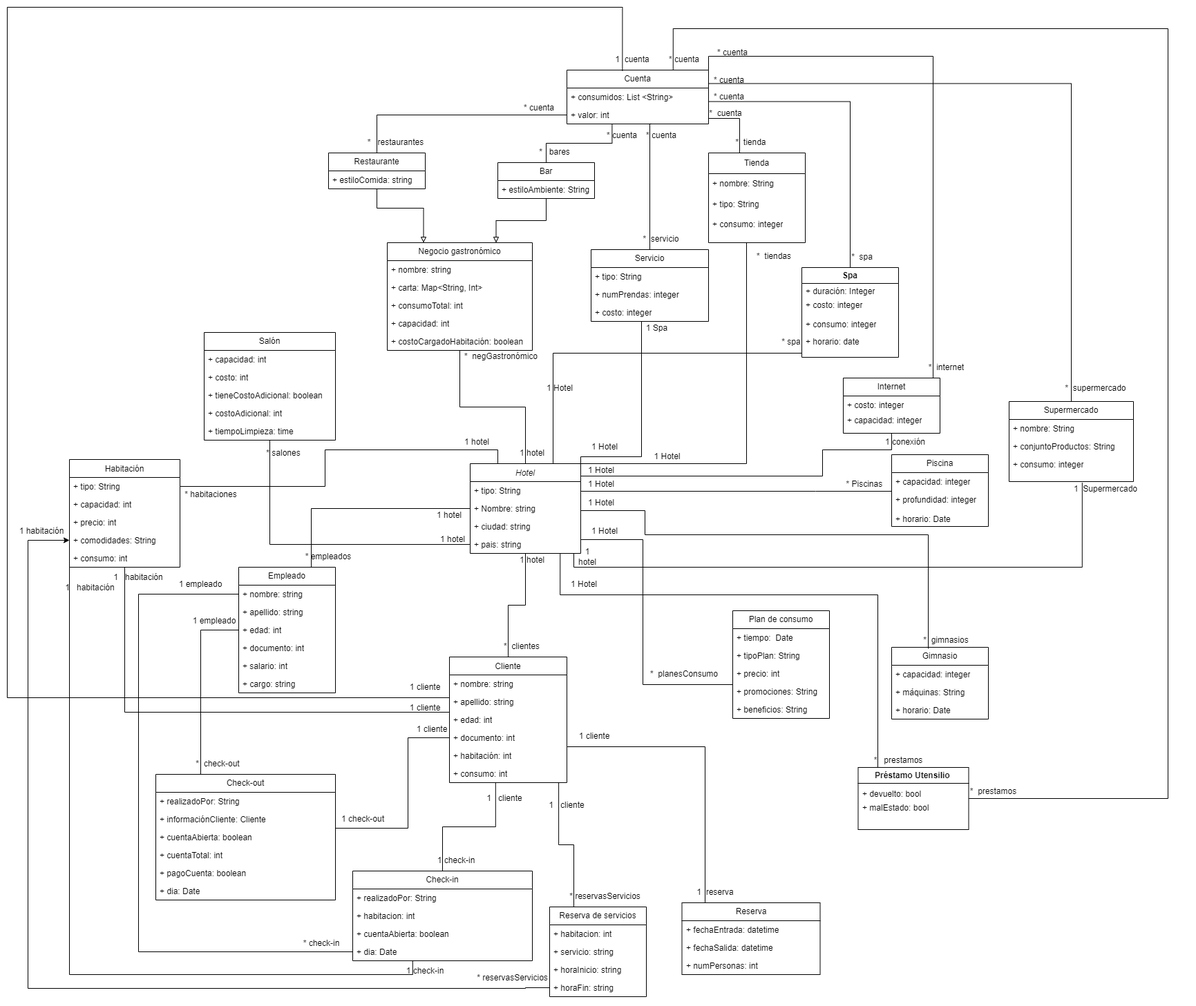
The draw.io diagram modelos/Modelo UML Entrega 1.drawio.png in DISC-isis2304-ST-Sec3/C2, before a commit. Source tidied: cells renumbered, new cells last; positions are measured from the earlier drawing's top-left corner, leaving out a move shared by most shapes.
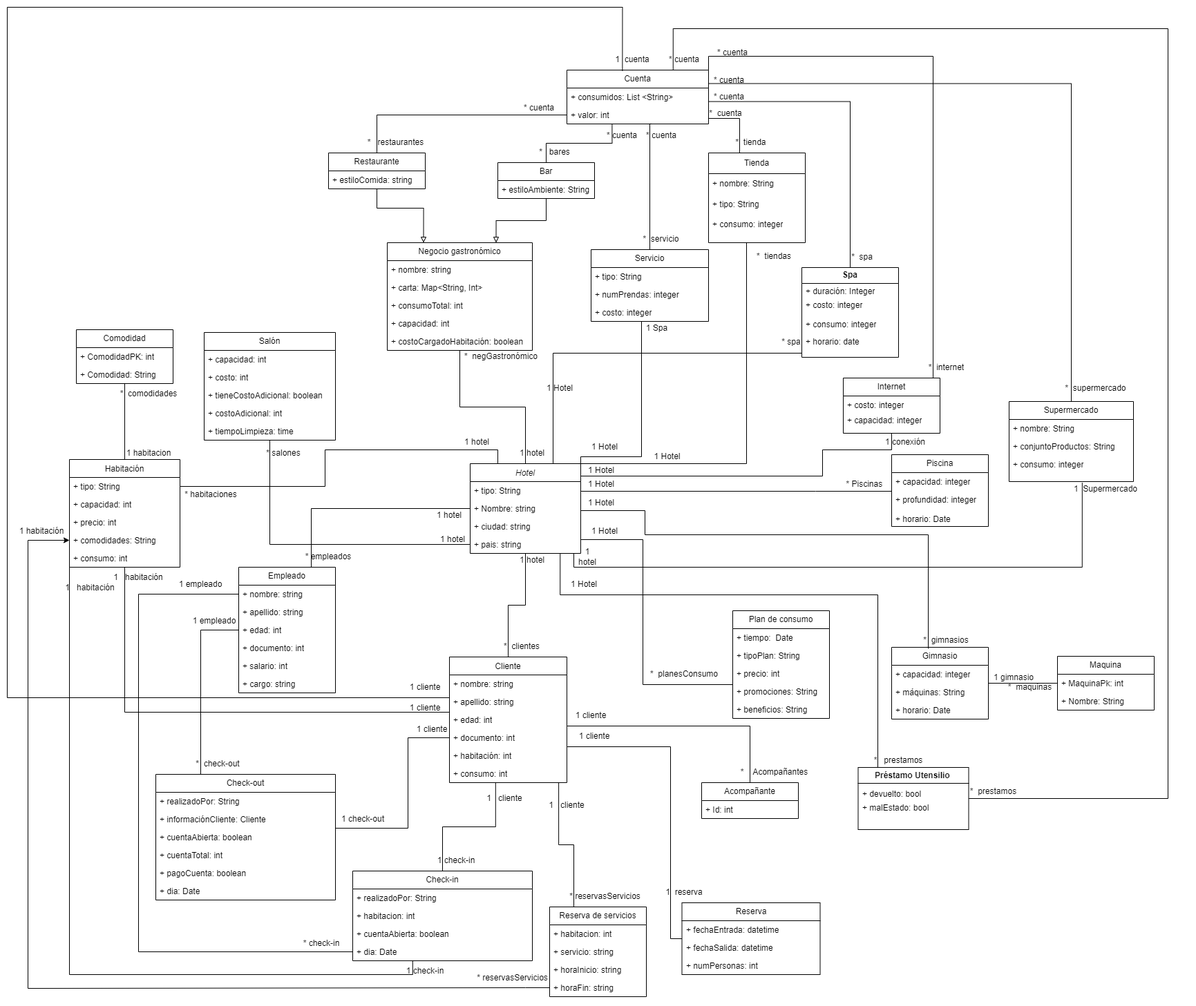
Later version of the same file.

Commit message:
UML actualizado

Diff of the diagram source:
```diff
@@ -170,6 +170,9 @@
     <mxCell id="50" value="+ horario: Date" style="text;strokeColor=none;fillColor=none;align=left;verticalAlign=top;spacingLeft=4;spacingRight=4;overflow=hidden;whiteSpace=wrap;html=1;" parent="46" vertex="1">
       <mxGeometry y="80" width="140" height="24" as="geometry" />
     </mxCell>
+    <mxCell id="202" style="edgeStyle=orthogonalEdgeStyle;rounded=0;jettySize=auto;html=1;endArrow=none;endFill=0;" parent="1" edge="1" source="51" target="204">
+      <mxGeometry relative="1" as="geometry" />
+    </mxCell>
     <mxCell id="51" value="Gimnasio" style="swimlane;fontStyle=0;horizontal=1;startSize=26;fillColor=none;whiteSpace=wrap;html=1;" parent="1" vertex="1">
       <mxGeometry x="1280" y="927" width="140" height="104" as="geometry" />
     </mxCell>
@@ -259,7 +262,8 @@
     <mxCell id="75" style="edgeStyle=orthogonalEdgeStyle;rounded=0;jettySize=auto;html=1;entryX=1;entryY=0.5;entryDx=0;entryDy=0;endArrow=none;endFill=0;" parent="1" edge="1" source="76" target="13">
       <mxGeometry relative="1" as="geometry">
         <Array as="points">
-          <mxPoint x="1010" y="1071" />
+          <mxPoint x="960" y="1349" />
+          <mxPoint x="960" y="1071" />
           <mxPoint x="810" y="1071" />
         </Array>
       </mxGeometry>
@@ -479,7 +483,7 @@
       <mxGeometry x="685" y="1131" width="70" height="30" as="geometry" />
     </mxCell>
     <mxCell id="135" value="1&amp;nbsp; reserva" style="text;html=1;strokeColor=none;fillColor=none;align=center;verticalAlign=middle;whiteSpace=wrap;rounded=0;" parent="1" vertex="1">
-      <mxGeometry x="990" y="1267" width="70" height="30" as="geometry" />
+      <mxGeometry x="945" y="1267" width="70" height="30" as="geometry" />
     </mxCell>
     <mxCell id="136" value="1 empleado" style="text;html=1;strokeColor=none;fillColor=none;align=center;verticalAlign=middle;whiteSpace=wrap;rounded=0;" parent="1" vertex="1">
       <mxGeometry x="260" y="874" width="80" height="30" as="geometry" />
@@ -730,5 +734,58 @@
     <mxCell id="201" value="1 habitación" style="text;html=1;strokeColor=none;fillColor=none;align=center;verticalAlign=middle;whiteSpace=wrap;rounded=0;" parent="1" vertex="1">
       <mxGeometry x="10" y="744" width="80" height="30" as="geometry" />
     </mxCell>
+    <mxCell id="203" value="Maquina" style="swimlane;fontStyle=0;horizontal=1;startSize=26;fillColor=none;whiteSpace=wrap;html=1;" parent="1" vertex="1">
+      <mxGeometry x="1520" y="940" width="140" height="78" as="geometry" />
+    </mxCell>
+    <mxCell id="204" value="+ MaquinaPk: int" style="text;strokeColor=none;fillColor=none;align=left;verticalAlign=top;spacingLeft=4;spacingRight=4;overflow=hidden;points=[[0,0.5],[1,0.5]];portConstraint=eastwest;whiteSpace=wrap;html=1;" parent="203" vertex="1">
+      <mxGeometry y="26" width="140" height="26" as="geometry" />
+    </mxCell>
+    <mxCell id="205" value="+ Nombre: String" style="text;strokeColor=none;fillColor=none;align=left;verticalAlign=top;spacingLeft=4;spacingRight=4;overflow=hidden;whiteSpace=wrap;html=1;" parent="203" vertex="1">
+      <mxGeometry y="52" width="140" height="26" as="geometry" />
+    </mxCell>
+    <mxCell id="206" value="*&amp;nbsp; maquinas" style="text;html=1;strokeColor=none;fillColor=none;align=center;verticalAlign=middle;whiteSpace=wrap;rounded=0;" parent="1" vertex="1">
+      <mxGeometry x="1432.5" y="970" width="95" height="30" as="geometry" />
+    </mxCell>
+    <mxCell id="207" value="1 gimnasio" style="text;html=1;strokeColor=none;fillColor=none;align=center;verticalAlign=middle;whiteSpace=wrap;rounded=0;" parent="1" vertex="1">
+      <mxGeometry x="1407.5" y="961" width="97.5" height="20" as="geometry" />
+    </mxCell>
+    <mxCell id="208" style="edgeStyle=orthogonalEdgeStyle;rounded=0;jettySize=auto;html=1;entryX=0.5;entryY=0;entryDx=0;entryDy=0;endArrow=none;endFill=0;" parent="1" edge="1" source="209" target="16">
+      <mxGeometry relative="1" as="geometry" />
+    </mxCell>
+    <mxCell id="209" value="Comodidad" style="swimlane;fontStyle=0;horizontal=1;startSize=26;fillColor=none;whiteSpace=wrap;html=1;" parent="1" vertex="1">
+      <mxGeometry x="100" y="467" width="140" height="78" as="geometry" />
+    </mxCell>
+    <mxCell id="210" value="+ ComodidadPK: int" style="text;strokeColor=none;fillColor=none;align=left;verticalAlign=top;spacingLeft=4;spacingRight=4;overflow=hidden;whiteSpace=wrap;html=1;" parent="209" vertex="1">
+      <mxGeometry y="26" width="140" height="26" as="geometry" />
+    </mxCell>
+    <mxCell id="211" value="+ Comodidad: String" style="text;strokeColor=none;fillColor=none;align=left;verticalAlign=top;spacingLeft=4;spacingRight=4;overflow=hidden;whiteSpace=wrap;html=1;" parent="209" vertex="1">
+      <mxGeometry y="52" width="140" height="26" as="geometry" />
+    </mxCell>
+    <mxCell id="212" value="*&amp;nbsp; comodidades" style="text;html=1;strokeColor=none;fillColor=none;align=center;verticalAlign=middle;whiteSpace=wrap;rounded=0;" parent="1" vertex="1">
+      <mxGeometry x="160" y="545" width="90" height="30" as="geometry" />
+    </mxCell>
+    <mxCell id="213" value="1 habitacion" style="text;html=1;strokeColor=none;fillColor=none;align=center;verticalAlign=middle;whiteSpace=wrap;rounded=0;" parent="1" vertex="1">
+      <mxGeometry x="160" y="631" width="90" height="30" as="geometry" />
+    </mxCell>
+    <mxCell id="214" style="edgeStyle=orthogonalEdgeStyle;rounded=0;jettySize=auto;html=1;entryX=1;entryY=0.5;entryDx=0;entryDy=0;endArrow=none;endFill=0;" parent="1" edge="1" source="215" target="11">
+      <mxGeometry relative="1" as="geometry">
+        <Array as="points">
+          <mxPoint x="1075" y="1041" />
+          <mxPoint x="810" y="1041" />
+        </Array>
+      </mxGeometry>
+    </mxCell>
+    <mxCell id="215" value="Acompañante" style="swimlane;fontStyle=0;horizontal=1;startSize=26;fillColor=none;whiteSpace=wrap;html=1;" parent="1" vertex="1">
+      <mxGeometry x="1005" y="1123" width="140" height="52" as="geometry" />
+    </mxCell>
+    <mxCell id="216" value="+ Id: int" style="text;strokeColor=none;fillColor=none;align=left;verticalAlign=top;spacingLeft=4;spacingRight=4;overflow=hidden;whiteSpace=wrap;html=1;" parent="215" vertex="1">
+      <mxGeometry y="26" width="140" height="26" as="geometry" />
+    </mxCell>
+    <mxCell id="217" value="1 cliente" style="text;html=1;strokeColor=none;fillColor=none;align=center;verticalAlign=middle;whiteSpace=wrap;rounded=0;" parent="1" vertex="1">
+      <mxGeometry x="810" y="1011" width="70" height="30" as="geometry" />
+    </mxCell>
+    <mxCell id="218" value="*&amp;nbsp; &amp;nbsp; Acompañantes" style="text;html=1;strokeColor=none;fillColor=none;align=center;verticalAlign=middle;whiteSpace=wrap;rounded=0;" parent="1" vertex="1">
+      <mxGeometry x="1056.8" y="1093" width="106.5" height="30" as="geometry" />
+    </mxCell>
   </root>
 </mxGraphModel>
```
